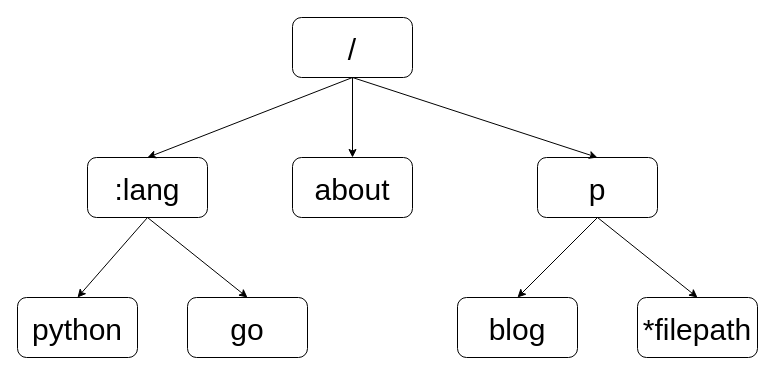
Above: day3-router/day3.drawio in Hypersus/Gee-golang (draw.io), before the change. Source tidied: cells renumbered, new cells numbered last; positions are measured from the earlier drawing's top-left corner, leaving out a move shared by most shapes. Both pictures are drawn from the tidied source at 100%, with x=0, y=0 at pixel (17, 17).
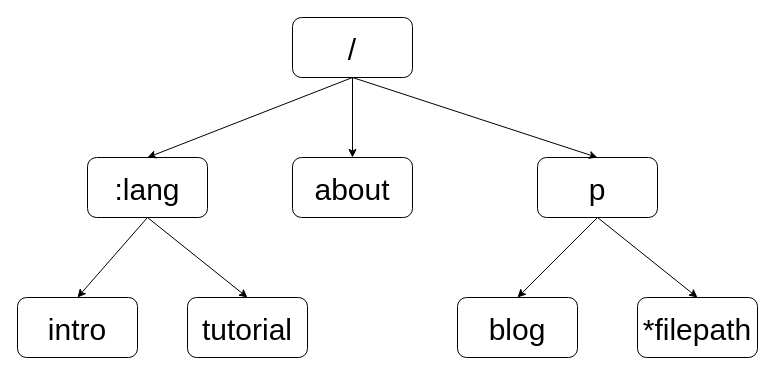
The same page after the edit.

The edit, as a diff of the source:
```diff
@@
 <mxGraphModel>
   <root>
     <mxCell id="0" />
     <mxCell id="1" parent="0" />
     <mxCell id="2" style="edgeStyle=orthogonalEdgeStyle;rounded=0;jettySize=auto;html=1;exitX=0.5;exitY=1;exitDx=0;exitDy=0;entryX=0.5;entryY=0;entryDx=0;entryDy=0;fontSize=30;" parent="1" edge="1" source="3" target="4">
       <mxGeometry relative="1" as="geometry" />
     </mxCell>
     <mxCell id="3" value="&lt;font style=&quot;font-size: 30px;&quot;&gt;/&lt;/font&gt;" style="rounded=1;whiteSpace=wrap;html=1;fontSize=36;" parent="1" vertex="1">
       <mxGeometry x="275" width="120" height="60" as="geometry" />
     </mxCell>
     <mxCell id="4" value="&lt;font style=&quot;font-size: 30px;&quot;&gt;about&lt;/font&gt;" style="rounded=1;whiteSpace=wrap;html=1;fontSize=36;" parent="1" vertex="1">
       <mxGeometry x="275" y="140" width="120" height="60" as="geometry" />
     </mxCell>
     <mxCell id="5" value="&lt;font style=&quot;font-size: 30px;&quot;&gt;:lang&lt;/font&gt;" style="rounded=1;whiteSpace=wrap;html=1;fontSize=36;" parent="1" vertex="1">
       <mxGeometry x="70" y="140" width="120" height="60" as="geometry" />
     </mxCell>
     <mxCell id="6" value="&lt;font style=&quot;font-size: 30px;&quot;&gt;p&lt;/font&gt;" style="rounded=1;whiteSpace=wrap;html=1;fontSize=36;" parent="1" vertex="1">
       <mxGeometry x="520" y="140" width="120" height="60" as="geometry" />
     </mxCell>
     <mxCell id="7" style="endArrow=classic;html=1;rounded=0;fontSize=36;exitX=0.5;exitY=1;exitDx=0;exitDy=0;entryX=0.5;entryY=0;entryDx=0;entryDy=0;" parent="1" edge="1" source="3" target="5">
       <mxGeometry relative="1" as="geometry" />
     </mxCell>
     <mxCell id="8" style="endArrow=classic;html=1;rounded=0;fontSize=30;exitX=0.5;exitY=1;exitDx=0;exitDy=0;entryX=0.5;entryY=0;entryDx=0;entryDy=0;" parent="1" edge="1" source="3" target="6">
       <mxGeometry relative="1" as="geometry" />
     </mxCell>
     <mxCell id="9" value="&lt;font style=&quot;font-size: 30px;&quot;&gt;blog&lt;/font&gt;" style="rounded=1;whiteSpace=wrap;html=1;fontSize=36;" parent="1" vertex="1">
       <mxGeometry x="440" y="280" width="120" height="60" as="geometry" />
     </mxCell>
     <mxCell id="10" value="&lt;span style=&quot;font-size: 30px;&quot;&gt;*filepath&lt;/span&gt;" style="rounded=1;whiteSpace=wrap;html=1;fontSize=36;" parent="1" vertex="1">
       <mxGeometry x="620" y="280" width="120" height="60" as="geometry" />
     </mxCell>
     <mxCell id="11" style="endArrow=classic;html=1;rounded=0;fontSize=30;entryX=0.5;entryY=0;entryDx=0;entryDy=0;" parent="1" edge="1" target="9">
       <mxGeometry relative="1" as="geometry">
         <mxPoint x="580" y="200" as="sourcePoint" />
       </mxGeometry>
     </mxCell>
     <mxCell id="12" style="endArrow=classic;html=1;rounded=0;fontSize=30;entryX=0.5;entryY=0;entryDx=0;entryDy=0;exitX=0.5;exitY=1;exitDx=0;exitDy=0;" parent="1" edge="1" source="6" target="10">
       <mxGeometry relative="1" as="geometry" />
     </mxCell>
-    <mxCell id="13" value="&lt;span style=&quot;font-size: 30px;&quot;&gt;python&lt;/span&gt;" style="rounded=1;whiteSpace=wrap;html=1;fontSize=36;" parent="1" vertex="1">
+    <mxCell id="13" value="&lt;span style=&quot;font-size: 30px;&quot;&gt;intro&lt;/span&gt;" style="rounded=1;whiteSpace=wrap;html=1;fontSize=36;" parent="1" vertex="1">
       <mxGeometry y="280" width="120" height="60" as="geometry" />
     </mxCell>
-    <mxCell id="14" value="&lt;span style=&quot;font-size: 30px;&quot;&gt;go&lt;/span&gt;" style="rounded=1;whiteSpace=wrap;html=1;fontSize=36;" parent="1" vertex="1">
+    <mxCell id="14" value="&lt;span style=&quot;font-size: 30px;&quot;&gt;tutorial&lt;/span&gt;" style="rounded=1;whiteSpace=wrap;html=1;fontSize=36;" parent="1" vertex="1">
       <mxGeometry x="170" y="280" width="120" height="60" as="geometry" />
     </mxCell>
     <mxCell id="15" style="endArrow=classic;html=1;rounded=0;fontSize=30;exitX=0.5;exitY=1;exitDx=0;exitDy=0;entryX=0.5;entryY=0;entryDx=0;entryDy=0;" parent="1" edge="1" source="5" target="13">
       <mxGeometry relative="1" as="geometry" />
     </mxCell>
     <mxCell id="16" style="endArrow=classic;html=1;rounded=0;fontSize=30;exitX=0.5;exitY=1;exitDx=0;exitDy=0;entryX=0.5;entryY=0;entryDx=0;entryDy=0;" parent="1" edge="1" source="5" target="14">
       <mxGeometry relative="1" as="geometry" />
     </mxCell>
   </root>
 </mxGraphModel>
```
